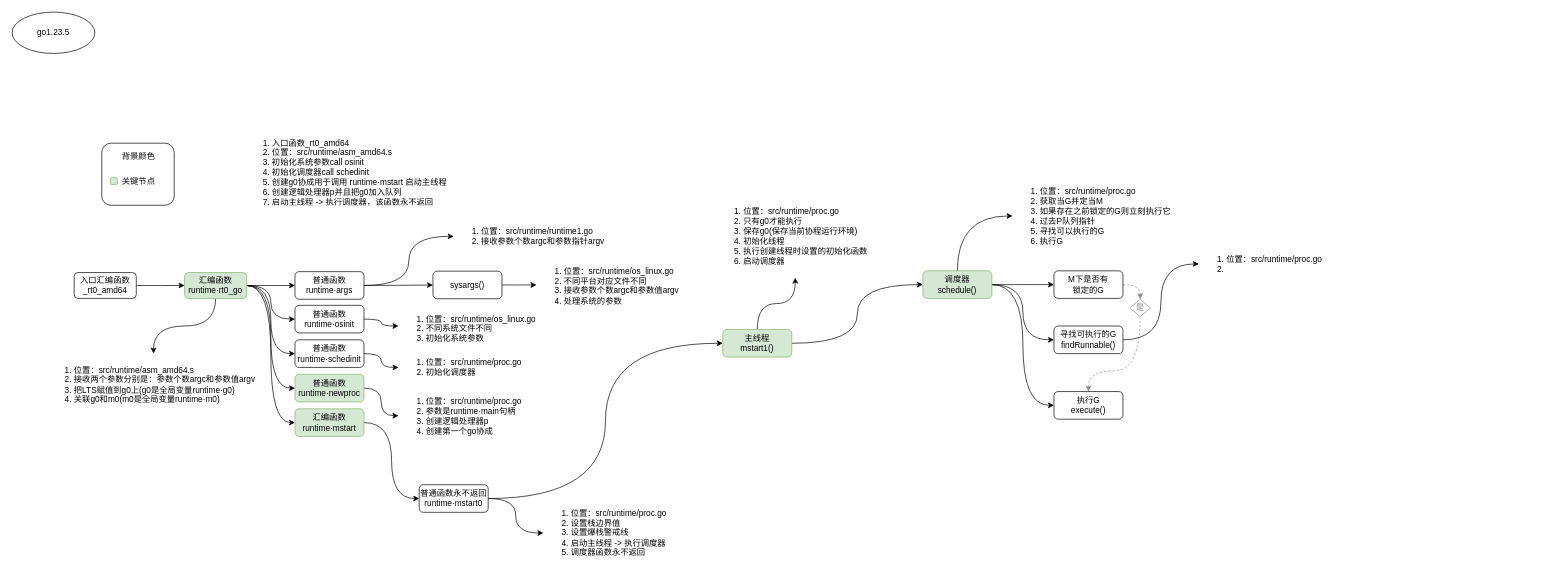
fire1220/annotation-go1.23.5 keeps this draw.io diagram as book/src/MGP.drawio. Above is the earlier version. Source tidied: cells renumbered, new cells numbered last; positions are measured from the earlier drawing's top-left corner, leaving out a move shared by most shapes. Both pictures are drawn from the tidied source at 69%, with x=0, y=0 at pixel (12, 12).
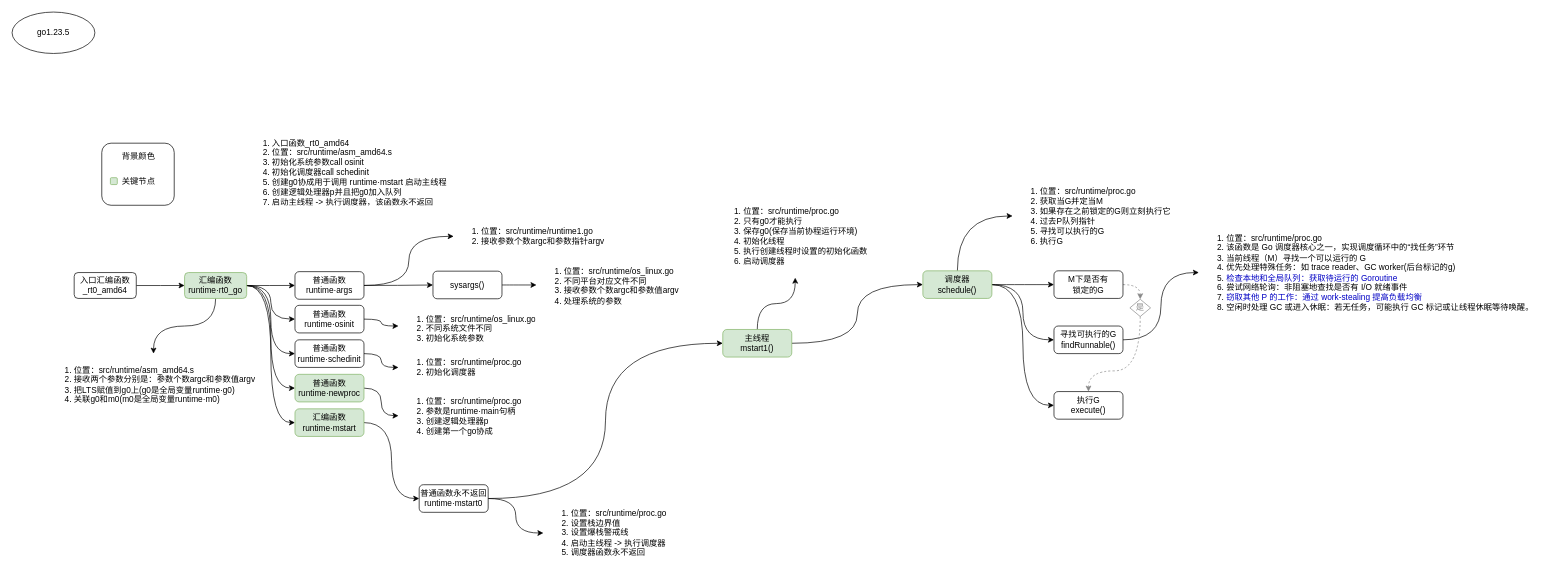
The same diagram, later.

Diff of the diagram source:
```diff
@@
-    <mxCell id="58" value="&lt;ol&gt;&lt;li&gt;&lt;span style=&quot;font-size: 12px ; text-align: center&quot;&gt;位置：&lt;/span&gt;src/runtime/proc.go&lt;/li&gt;&lt;li&gt;&lt;br&gt;&lt;/li&gt;&lt;/ol&gt;" style="text;strokeColor=none;fillColor=none;html=1;verticalAlign=middle;overflow=hidden;align=left;spacing=0;labelBorderColor=none;labelBackgroundColor=none;imageWidth=24;imageHeight=24;arcSize=12;fontSize=12;absoluteArcSize=0;fillOpacity=100;" parent="1" vertex="1">
-      <mxGeometry x="1720" y="305" width="240" height="120" as="geometry" />
+    <mxCell id="58" value="&lt;ol&gt;&lt;li&gt;&lt;span style=&quot;font-size: 12px ; text-align: center&quot;&gt;位置：&lt;/span&gt;src/runtime/proc.go&lt;/li&gt;&lt;li&gt;该函数是 Go 调度器核心之一，实现调度循环中的“找任务”环节&lt;br&gt;&lt;/li&gt;&lt;li&gt;当前线程（M）寻找一个可以运行的 G&lt;/li&gt;&lt;li&gt;优先处理特殊任务：如 trace reader、GC worker(后台标记的g)&lt;/li&gt;&lt;li&gt;&lt;font color=&quot;#0000c4&quot;&gt;检查本地和全局队列：获取待运行的 Goroutine&lt;/font&gt;&lt;/li&gt;&lt;li&gt;尝试网络轮询：非阻塞地查找是否有 I/O 就绪事件&lt;/li&gt;&lt;li&gt;&lt;font color=&quot;#0000c4&quot;&gt;窃取其他 P 的工作：通过 work-stealing 提高负载均衡&lt;/font&gt;&lt;/li&gt;&lt;li&gt;空闲时处理 GC 或进入休眠：若无任务，可能执行 GC 标记或让线程休眠等待唤醒。&lt;br&gt;&lt;/li&gt;&lt;/ol&gt;" style="text;strokeColor=none;fillColor=none;html=1;verticalAlign=middle;overflow=hidden;align=left;spacing=0;labelBorderColor=none;labelBackgroundColor=none;imageWidth=24;imageHeight=24;arcSize=12;fontSize=12;absoluteArcSize=0;fillOpacity=100;" parent="1" vertex="1">
+      <mxGeometry x="1720" y="305" width="490" height="145" as="geometry" />
     </mxCell>
```
